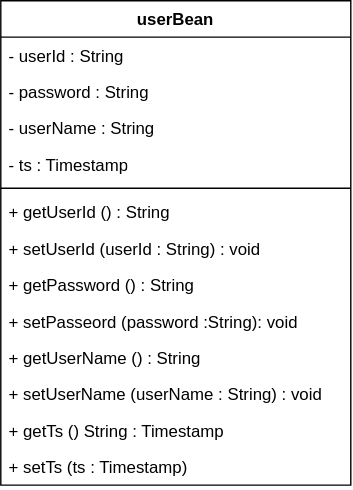
This is ClassDiagram/userBean.drawio.svg from comsize-honiden/TaskManager62, a draw.io export, as it was before one commit. Source tidied: cells renumbered, new cells last; positions are measured from the earlier drawing's top-left corner, leaving out a move shared by most shapes. Its diagram source:
```xml
<mxGraphModel>
  <root>
    <mxCell id="0" />
    <mxCell id="1" parent="0" />
    <mxCell id="2" value="userBean" style="swimlane;fontStyle=1;align=center;verticalAlign=top;horizontal=1;startSize=26;whiteSpace=wrap;html=1;" parent="1" vertex="1">
      <mxGeometry width="250" height="346" as="geometry" />
    </mxCell>
    <mxCell id="3" value="- userId : String" style="text;strokeColor=none;fillColor=none;align=left;verticalAlign=top;spacingLeft=4;spacingRight=4;overflow=hidden;whiteSpace=wrap;html=1;" parent="2" vertex="1">
      <mxGeometry y="26" width="250" height="26" as="geometry" />
    </mxCell>
    <mxCell id="4" value="- password : String" style="text;strokeColor=none;fillColor=none;align=left;verticalAlign=top;spacingLeft=4;spacingRight=4;overflow=hidden;whiteSpace=wrap;html=1;" parent="2" vertex="1">
      <mxGeometry y="52" width="250" height="26" as="geometry" />
    </mxCell>
    <mxCell id="5" value="- userName : String" style="text;strokeColor=none;fillColor=none;align=left;verticalAlign=top;spacingLeft=4;spacingRight=4;overflow=hidden;whiteSpace=wrap;html=1;" parent="2" vertex="1">
      <mxGeometry y="78" width="250" height="26" as="geometry" />
    </mxCell>
    <mxCell id="6" value="- ts : Timestamp" style="text;strokeColor=none;fillColor=none;align=left;verticalAlign=top;spacingLeft=4;spacingRight=4;overflow=hidden;whiteSpace=wrap;html=1;" parent="2" vertex="1">
      <mxGeometry y="104" width="250" height="26" as="geometry" />
    </mxCell>
    <mxCell id="7" style="line;strokeWidth=1;fillColor=none;align=left;verticalAlign=middle;spacingTop=-1;spacingLeft=3;spacingRight=3;labelPosition=right;strokeColor=inherit;" parent="2" vertex="1">
      <mxGeometry y="130" width="250" height="8" as="geometry" />
    </mxCell>
    <mxCell id="8" value="+ getUserId () : String&amp;nbsp;" style="text;strokeColor=none;fillColor=none;align=left;verticalAlign=top;spacingLeft=4;spacingRight=4;overflow=hidden;whiteSpace=wrap;html=1;" parent="2" vertex="1">
      <mxGeometry y="138" width="250" height="26" as="geometry" />
    </mxCell>
    <mxCell id="9" value="+ setUserId (userId : String) : void" style="text;strokeColor=none;fillColor=none;align=left;verticalAlign=top;spacingLeft=4;spacingRight=4;overflow=hidden;whiteSpace=wrap;html=1;" parent="2" vertex="1">
      <mxGeometry y="164" width="250" height="26" as="geometry" />
    </mxCell>
    <mxCell id="10" value="+ getPassword () : String" style="text;strokeColor=none;fillColor=none;align=left;verticalAlign=top;spacingLeft=4;spacingRight=4;overflow=hidden;whiteSpace=wrap;html=1;" parent="2" vertex="1">
      <mxGeometry y="190" width="250" height="26" as="geometry" />
    </mxCell>
    <mxCell id="11" value="+ setPasseord (password :String): void" style="text;strokeColor=none;fillColor=none;align=left;verticalAlign=top;spacingLeft=4;spacingRight=4;overflow=hidden;whiteSpace=wrap;html=1;" parent="2" vertex="1">
      <mxGeometry y="216" width="250" height="26" as="geometry" />
    </mxCell>
    <mxCell id="12" value="+ getUserName () : String" style="text;strokeColor=none;fillColor=none;align=left;verticalAlign=top;spacingLeft=4;spacingRight=4;overflow=hidden;whiteSpace=wrap;html=1;" parent="2" vertex="1">
      <mxGeometry y="242" width="250" height="26" as="geometry" />
    </mxCell>
    <mxCell id="13" value="+ setUserName (userName : String) : void" style="text;strokeColor=none;fillColor=none;align=left;verticalAlign=top;spacingLeft=4;spacingRight=4;overflow=hidden;whiteSpace=wrap;html=1;" parent="2" vertex="1">
      <mxGeometry y="268" width="250" height="26" as="geometry" />
    </mxCell>
    <mxCell id="14" value="+ getTs () String : Timestamp" style="text;strokeColor=none;fillColor=none;align=left;verticalAlign=top;spacingLeft=4;spacingRight=4;overflow=hidden;whiteSpace=wrap;html=1;" parent="2" vertex="1">
      <mxGeometry y="294" width="250" height="26" as="geometry" />
    </mxCell>
    <mxCell id="15" value="+ setTs (ts : Timestamp)" style="text;strokeColor=none;fillColor=none;align=left;verticalAlign=top;spacingLeft=4;spacingRight=4;overflow=hidden;whiteSpace=wrap;html=1;" parent="2" vertex="1">
      <mxGeometry y="320" width="250" height="26" as="geometry" />
    </mxCell>
  </root>
</mxGraphModel>
```
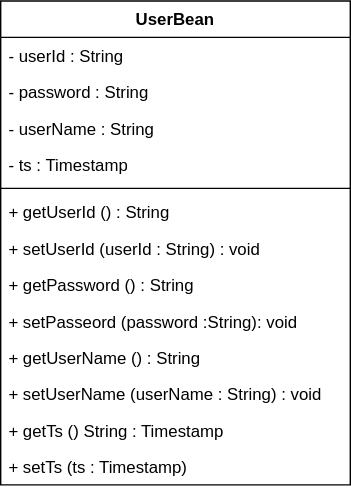
The same file after the commit.

Change to the diagram source:
```diff
@@ -2,46 +2,46 @@
   <root>
     <mxCell id="0" />
     <mxCell id="1" parent="0" />
-    <mxCell id="2" value="userBean" style="swimlane;fontStyle=1;align=center;verticalAlign=top;horizontal=1;startSize=26;whiteSpace=wrap;html=1;" parent="1" vertex="1">
-      <mxGeometry width="250" height="346" as="geometry" />
-    </mxCell>
+    <mxCell id="16" value="UserBean" style="swimlane;fontStyle=1;align=center;verticalAlign=top;horizontal=1;startSize=26;whiteSpace=wrap;html=1;" parent="1" vertex="1">
+      <mxGeometry width="250" height="346" as="geometry" />
+    </mxCell>
-    <mxCell id="3" value="- userId : String" style="text;strokeColor=none;fillColor=none;align=left;verticalAlign=top;spacingLeft=4;spacingRight=4;overflow=hidden;whiteSpace=wrap;html=1;" parent="2" vertex="1">
+    <mxCell id="3" value="- userId : String" style="text;strokeColor=none;fillColor=none;align=left;verticalAlign=top;spacingLeft=4;spacingRight=4;overflow=hidden;whiteSpace=wrap;html=1;" parent="16" vertex="1">
       <mxGeometry y="26" width="250" height="26" as="geometry" />
     </mxCell>
-    <mxCell id="4" value="- password : String" style="text;strokeColor=none;fillColor=none;align=left;verticalAlign=top;spacingLeft=4;spacingRight=4;overflow=hidden;whiteSpace=wrap;html=1;" parent="2" vertex="1">
+    <mxCell id="4" value="- password : String" style="text;strokeColor=none;fillColor=none;align=left;verticalAlign=top;spacingLeft=4;spacingRight=4;overflow=hidden;whiteSpace=wrap;html=1;" parent="16" vertex="1">
       <mxGeometry y="52" width="250" height="26" as="geometry" />
     </mxCell>
-    <mxCell id="5" value="- userName : String" style="text;strokeColor=none;fillColor=none;align=left;verticalAlign=top;spacingLeft=4;spacingRight=4;overflow=hidden;whiteSpace=wrap;html=1;" parent="2" vertex="1">
+    <mxCell id="5" value="- userName : String" style="text;strokeColor=none;fillColor=none;align=left;verticalAlign=top;spacingLeft=4;spacingRight=4;overflow=hidden;whiteSpace=wrap;html=1;" parent="16" vertex="1">
       <mxGeometry y="78" width="250" height="26" as="geometry" />
     </mxCell>
-    <mxCell id="6" value="- ts : Timestamp" style="text;strokeColor=none;fillColor=none;align=left;verticalAlign=top;spacingLeft=4;spacingRight=4;overflow=hidden;whiteSpace=wrap;html=1;" parent="2" vertex="1">
+    <mxCell id="6" value="- ts : Timestamp" style="text;strokeColor=none;fillColor=none;align=left;verticalAlign=top;spacingLeft=4;spacingRight=4;overflow=hidden;whiteSpace=wrap;html=1;" parent="16" vertex="1">
       <mxGeometry y="104" width="250" height="26" as="geometry" />
     </mxCell>
-    <mxCell id="7" style="line;strokeWidth=1;fillColor=none;align=left;verticalAlign=middle;spacingTop=-1;spacingLeft=3;spacingRight=3;labelPosition=right;strokeColor=inherit;" parent="2" vertex="1">
+    <mxCell id="7" style="line;strokeWidth=1;fillColor=none;align=left;verticalAlign=middle;spacingTop=-1;spacingLeft=3;spacingRight=3;labelPosition=right;strokeColor=inherit;" parent="16" vertex="1">
       <mxGeometry y="130" width="250" height="8" as="geometry" />
     </mxCell>
-    <mxCell id="8" value="+ getUserId () : String&amp;nbsp;" style="text;strokeColor=none;fillColor=none;align=left;verticalAlign=top;spacingLeft=4;spacingRight=4;overflow=hidden;whiteSpace=wrap;html=1;" parent="2" vertex="1">
+    <mxCell id="8" value="+ getUserId () : String&amp;nbsp;" style="text;strokeColor=none;fillColor=none;align=left;verticalAlign=top;spacingLeft=4;spacingRight=4;overflow=hidden;whiteSpace=wrap;html=1;" parent="16" vertex="1">
       <mxGeometry y="138" width="250" height="26" as="geometry" />
     </mxCell>
-    <mxCell id="9" value="+ setUserId (userId : String) : void" style="text;strokeColor=none;fillColor=none;align=left;verticalAlign=top;spacingLeft=4;spacingRight=4;overflow=hidden;whiteSpace=wrap;html=1;" parent="2" vertex="1">
+    <mxCell id="9" value="+ setUserId (userId : String) : void" style="text;strokeColor=none;fillColor=none;align=left;verticalAlign=top;spacingLeft=4;spacingRight=4;overflow=hidden;whiteSpace=wrap;html=1;" parent="16" vertex="1">
       <mxGeometry y="164" width="250" height="26" as="geometry" />
     </mxCell>
-    <mxCell id="10" value="+ getPassword () : String" style="text;strokeColor=none;fillColor=none;align=left;verticalAlign=top;spacingLeft=4;spacingRight=4;overflow=hidden;whiteSpace=wrap;html=1;" parent="2" vertex="1">
+    <mxCell id="10" value="+ getPassword () : String" style="text;strokeColor=none;fillColor=none;align=left;verticalAlign=top;spacingLeft=4;spacingRight=4;overflow=hidden;whiteSpace=wrap;html=1;" parent="16" vertex="1">
       <mxGeometry y="190" width="250" height="26" as="geometry" />
     </mxCell>
-    <mxCell id="11" value="+ setPasseord (password :String): void" style="text;strokeColor=none;fillColor=none;align=left;verticalAlign=top;spacingLeft=4;spacingRight=4;overflow=hidden;whiteSpace=wrap;html=1;" parent="2" vertex="1">
+    <mxCell id="11" value="+ setPasseord (password :String): void" style="text;strokeColor=none;fillColor=none;align=left;verticalAlign=top;spacingLeft=4;spacingRight=4;overflow=hidden;whiteSpace=wrap;html=1;" parent="16" vertex="1">
       <mxGeometry y="216" width="250" height="26" as="geometry" />
     </mxCell>
-    <mxCell id="12" value="+ getUserName () : String" style="text;strokeColor=none;fillColor=none;align=left;verticalAlign=top;spacingLeft=4;spacingRight=4;overflow=hidden;whiteSpace=wrap;html=1;" parent="2" vertex="1">
+    <mxCell id="12" value="+ getUserName () : String" style="text;strokeColor=none;fillColor=none;align=left;verticalAlign=top;spacingLeft=4;spacingRight=4;overflow=hidden;whiteSpace=wrap;html=1;" parent="16" vertex="1">
       <mxGeometry y="242" width="250" height="26" as="geometry" />
     </mxCell>
-    <mxCell id="13" value="+ setUserName (userName : String) : void" style="text;strokeColor=none;fillColor=none;align=left;verticalAlign=top;spacingLeft=4;spacingRight=4;overflow=hidden;whiteSpace=wrap;html=1;" parent="2" vertex="1">
+    <mxCell id="13" value="+ setUserName (userName : String) : void" style="text;strokeColor=none;fillColor=none;align=left;verticalAlign=top;spacingLeft=4;spacingRight=4;overflow=hidden;whiteSpace=wrap;html=1;" parent="16" vertex="1">
       <mxGeometry y="268" width="250" height="26" as="geometry" />
     </mxCell>
-    <mxCell id="14" value="+ getTs () String : Timestamp" style="text;strokeColor=none;fillColor=none;align=left;verticalAlign=top;spacingLeft=4;spacingRight=4;overflow=hidden;whiteSpace=wrap;html=1;" parent="2" vertex="1">
+    <mxCell id="14" value="+ getTs () String : Timestamp" style="text;strokeColor=none;fillColor=none;align=left;verticalAlign=top;spacingLeft=4;spacingRight=4;overflow=hidden;whiteSpace=wrap;html=1;" parent="16" vertex="1">
       <mxGeometry y="294" width="250" height="26" as="geometry" />
     </mxCell>
-    <mxCell id="15" value="+ setTs (ts : Timestamp)" style="text;strokeColor=none;fillColor=none;align=left;verticalAlign=top;spacingLeft=4;spacingRight=4;overflow=hidden;whiteSpace=wrap;html=1;" parent="2" vertex="1">
+    <mxCell id="15" value="+ setTs (ts : Timestamp)" style="text;strokeColor=none;fillColor=none;align=left;verticalAlign=top;spacingLeft=4;spacingRight=4;overflow=hidden;whiteSpace=wrap;html=1;" parent="16" vertex="1">
       <mxGeometry y="320" width="250" height="26" as="geometry" />
     </mxCell>
   </root>
```
